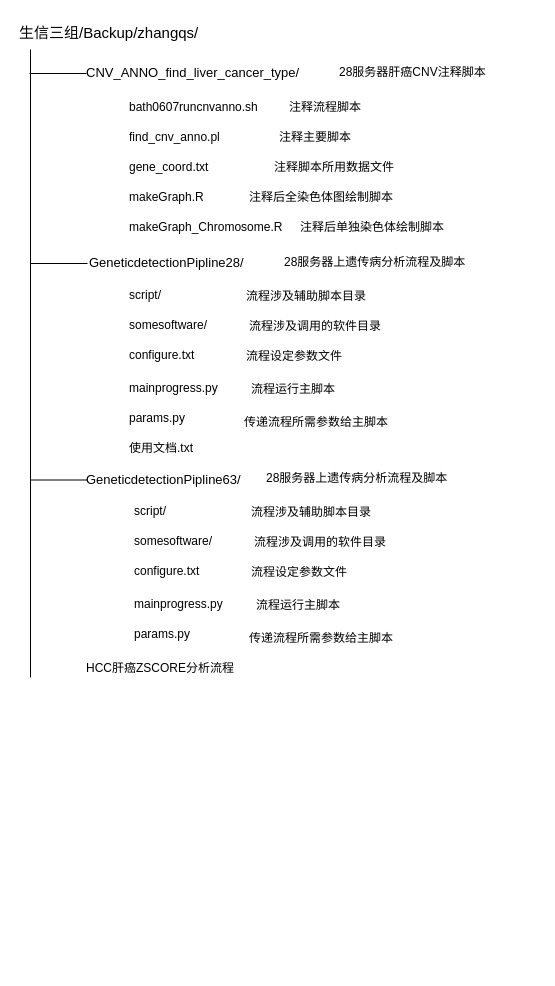
Earlier version of the draw.io diagram workgz Diagram.drawio (kkshaxqd/pipline_contral). Source tidied: cells renumbered, new cells numbered last; positions are measured from the earlier drawing's top-left corner, leaving out a move shared by most shapes. Both pictures are drawn from the tidied source at 100%, with x=0, y=0 at pixel (17, 17).
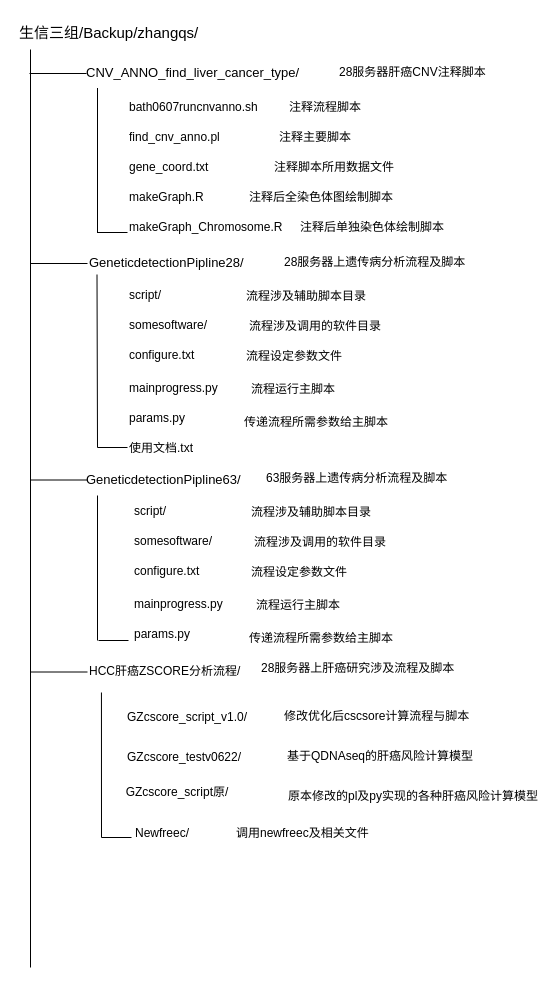
Above is the later version.

What changed in the source:
```diff
@@
-    <mxCell id="18" value="HCC肝癌ZSCORE分析流程" style="text;html=1;" parent="1" vertex="1">
-      <mxGeometry x="67" y="637" width="170" height="30" as="geometry" />
+    <mxCell id="18" value="HCC肝癌ZSCORE分析流程/" style="text;html=1;" parent="1" vertex="1">
+      <mxGeometry x="70" y="640" width="170" height="30" as="geometry" />
     </mxCell>
@@
     <mxCell id="24" style="endArrow=none;html=1;" parent="1" edge="1">
       <mxGeometry relative="1" as="geometry">
         <mxPoint x="13" y="32" as="sourcePoint" />
-        <mxPoint x="13" y="660" as="targetPoint" />
+        <mxPoint x="13" y="950" as="targetPoint" />
       </mxGeometry>
     </mxCell>
@@
-    <mxCell id="44" value="28服务器上遗传病分析流程及脚本" style="text;html=1;" parent="1" vertex="1">
+    <mxCell id="44" value="63服务器上遗传病分析流程及脚本" style="text;html=1;" parent="1" vertex="1">
       <mxGeometry x="247" y="447" width="210" height="30" as="geometry" />
     </mxCell>
+    <mxCell id="45" style="endArrow=none;html=1;entryX=0;entryY=0.5;entryDx=0;entryDy=0;" parent="1" edge="1">
+      <mxGeometry relative="1" as="geometry">
+        <mxPoint x="13" y="654.5" as="sourcePoint" />
+        <mxPoint x="70" y="654.5" as="targetPoint" />
+      </mxGeometry>
+    </mxCell>
+    <mxCell id="46" value="28服务器上肝癌研究涉及流程及脚本" style="text;html=1;" parent="1" vertex="1">
+      <mxGeometry x="242" y="637" width="210" height="30" as="geometry" />
+    </mxCell>
+    <mxCell id="47" value="GZcscore_script_v1.0/" style="text;html=1;strokeColor=none;fillColor=none;align=center;verticalAlign=middle;whiteSpace=wrap;rounded=0;" parent="1" vertex="1">
+      <mxGeometry x="150" y="690" width="40" height="20" as="geometry" />
+    </mxCell>
+    <mxCell id="48" value="修改优化后cscsore计算流程与脚本" style="text;html=1;" parent="1" vertex="1">
+      <mxGeometry x="265" y="685" width="120" height="30" as="geometry" />
+    </mxCell>
+    <mxCell id="49" value="GZcscore_testv0622/" style="text;html=1;strokeColor=none;fillColor=none;align=center;verticalAlign=middle;whiteSpace=wrap;rounded=0;" parent="1" vertex="1">
+      <mxGeometry x="147" y="730" width="40" height="20" as="geometry" />
+    </mxCell>
+    <mxCell id="50" value="基于QDNAseq的肝癌风险计算模型" style="text;html=1;" parent="1" vertex="1">
+      <mxGeometry x="267.5" y="725" width="120" height="30" as="geometry" />
+    </mxCell>
+    <mxCell id="51" value="GZcscore_script原/" style="text;html=1;strokeColor=none;fillColor=none;align=center;verticalAlign=middle;whiteSpace=wrap;rounded=0;" parent="1" vertex="1">
+      <mxGeometry x="100" y="765" width="120" height="20" as="geometry" />
+    </mxCell>
+    <mxCell id="52" value="原本修改的pl及py实现的各种肝癌风险计算模型" style="text;html=1;" parent="1" vertex="1">
+      <mxGeometry x="268.5" y="765" width="120" height="30" as="geometry" />
+    </mxCell>
+    <mxCell id="53" value="Newfreec/" style="text;html=1;strokeColor=none;fillColor=none;align=center;verticalAlign=middle;whiteSpace=wrap;rounded=0;" parent="1" vertex="1">
+      <mxGeometry x="125" y="806" width="40" height="20" as="geometry" />
+    </mxCell>
+    <mxCell id="54" value="调用newfreec及相关文件" style="text;html=1;align=left;verticalAlign=top;spacingTop=-4;" parent="1" vertex="1">
+      <mxGeometry x="217" y="806" width="150" height="20" as="geometry" />
+    </mxCell>
+    <mxCell id="55" style="endArrow=none;html=1;exitX=0.082;exitY=1.167;exitDx=0;exitDy=0;exitPerimeter=0;" parent="1" edge="1" source="18">
+      <mxGeometry relative="1" as="geometry">
+        <mxPoint x="84" y="820" as="targetPoint" />
+      </mxGeometry>
+    </mxCell>
+    <mxCell id="56" style="endArrow=none;html=1;exitX=0.082;exitY=1.167;exitDx=0;exitDy=0;exitPerimeter=0;" parent="1" edge="1">
+      <mxGeometry relative="1" as="geometry">
+        <mxPoint x="80" y="478" as="sourcePoint" />
+        <mxPoint x="80" y="623" as="targetPoint" />
+      </mxGeometry>
+    </mxCell>
+    <mxCell id="57" style="endArrow=none;html=1;exitX=0.082;exitY=1.167;exitDx=0;exitDy=0;exitPerimeter=0;" parent="1" edge="1">
+      <mxGeometry relative="1" as="geometry">
+        <mxPoint x="79.5" y="257" as="sourcePoint" />
+        <mxPoint x="80" y="430" as="targetPoint" />
+      </mxGeometry>
+    </mxCell>
+    <mxCell id="58" style="endArrow=none;html=1;exitX=0.082;exitY=1.167;exitDx=0;exitDy=0;exitPerimeter=0;" parent="1" edge="1">
+      <mxGeometry relative="1" as="geometry">
+        <mxPoint x="80" y="70.5" as="sourcePoint" />
+        <mxPoint x="80" y="215.5" as="targetPoint" />
+      </mxGeometry>
+    </mxCell>
+    <mxCell id="59" style="endArrow=none;html=1;" parent="1" edge="1">
+      <mxGeometry relative="1" as="geometry">
+        <mxPoint x="84" y="820" as="sourcePoint" />
+        <mxPoint x="114" y="820" as="targetPoint" />
+      </mxGeometry>
+    </mxCell>
+    <mxCell id="60" style="endArrow=none;html=1;" parent="1" edge="1">
+      <mxGeometry relative="1" as="geometry">
+        <mxPoint x="81" y="623" as="sourcePoint" />
+        <mxPoint x="111" y="623" as="targetPoint" />
+      </mxGeometry>
+    </mxCell>
+    <mxCell id="61" style="endArrow=none;html=1;" parent="1" edge="1">
+      <mxGeometry relative="1" as="geometry">
+        <mxPoint x="80" y="430" as="sourcePoint" />
+        <mxPoint x="110" y="430" as="targetPoint" />
+      </mxGeometry>
+    </mxCell>
+    <mxCell id="62" style="endArrow=none;html=1;" parent="1" edge="1">
+      <mxGeometry relative="1" as="geometry">
+        <mxPoint x="80" y="215" as="sourcePoint" />
+        <mxPoint x="110" y="215" as="targetPoint" />
+      </mxGeometry>
+    </mxCell>
```
